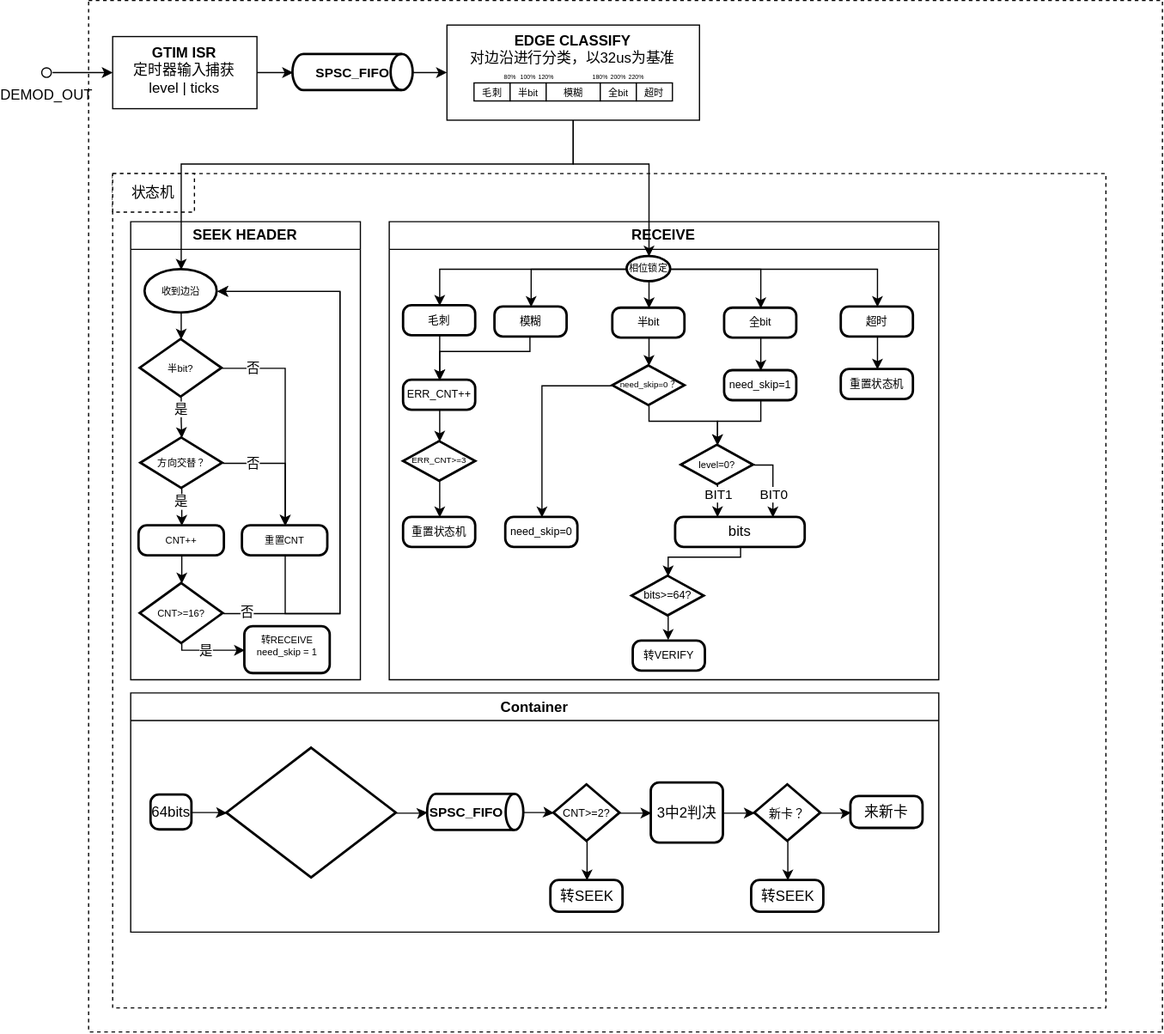
This is 资源/drawio/1785915796819.drawio.svg from Siaiai/ObsidianNote, a draw.io export, as it was before one commit. Source tidied: cells renumbered, new cells last; positions are measured from the earlier drawing's top-left corner, leaving out a move shared by most shapes.
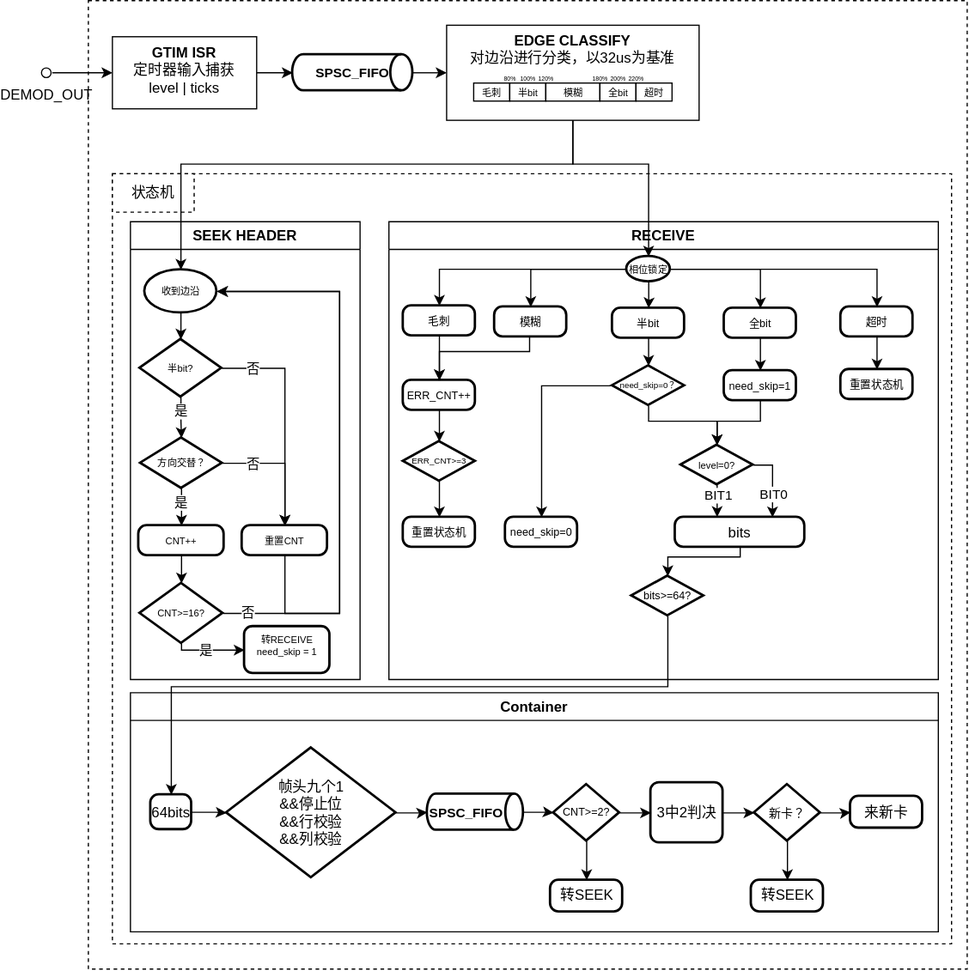
After the change.

Commit message:
[自动]笔记同步:2026-08-05 22:35:05 涉及文件个数:2

Affected files:
工作/[[SR3读卡器]]/260804SR3框架整理.md
资源/drawio/1785915796819.drawio.svg

The edit, as a diff of the source:
```diff
@@ -3,10 +3,10 @@
     <mxCell id="0" />
     <mxCell id="1" parent="0" />
     <mxCell id="2" style="rounded=0;whiteSpace=wrap;html=1;dashed=1;fillColor=none;" parent="1" vertex="1">
-      <mxGeometry x="40" width="893" height="858" as="geometry" />
+      <mxGeometry x="40" width="731" height="806" as="geometry" />
     </mxCell>
     <mxCell id="3" style="rounded=0;whiteSpace=wrap;html=1;dashed=1;fillColor=none;" parent="1" vertex="1">
-      <mxGeometry x="60" y="144" width="826" height="694" as="geometry" />
+      <mxGeometry x="60" y="144" width="698" height="641" as="geometry" />
     </mxCell>
     <mxCell id="4" style="edgeStyle=orthogonalEdgeStyle;rounded=0;jettySize=auto;html=1;" parent="1" edge="1" source="5" target="10">
       <mxGeometry relative="1" as="geometry" />
@@ -275,12 +275,6 @@
         </Array>
       </mxGeometry>
     </mxCell>
-    <mxCell id="76" value="转VERIFY" style="rounded=1;whiteSpace=wrap;html=1;absoluteArcSize=1;arcSize=14;strokeWidth=2;fontSize=9;fontFamily=Helvetica;fontColor=default;fontStyle=0;align=center;verticalAlign=middle;" parent="39" vertex="1">
-      <mxGeometry x="203" y="349" width="60" height="25" as="geometry" />
-    </mxCell>
-    <mxCell id="77" style="edgeStyle=orthogonalEdgeStyle;rounded=0;jettySize=auto;html=1;entryX=0.493;entryY=-0.048;entryDx=0;entryDy=0;entryPerimeter=0;" parent="39" edge="1" source="65" target="76">
-      <mxGeometry relative="1" as="geometry" />
-    </mxCell>
     <mxCell id="78" style="edgeStyle=orthogonalEdgeStyle;rounded=0;jettySize=auto;html=1;entryX=0.5;entryY=0;entryDx=0;entryDy=0;entryPerimeter=0;" parent="1" edge="1" source="8" target="24">
       <mxGeometry relative="1" as="geometry">
         <Array as="points">
@@ -333,7 +327,7 @@
     <mxCell id="88" value="64bits" style="rounded=1;whiteSpace=wrap;html=1;absoluteArcSize=1;arcSize=14;strokeWidth=2;" parent="87" vertex="1">
       <mxGeometry x="17" y="85" width="34" height="29" as="geometry" />
     </mxCell>
-    <mxCell id="89" style="strokeWidth=2;html=1;shape=mxgraph.flowchart.decision;whiteSpace=wrap;" parent="87" vertex="1">
+    <mxCell id="89" value="帧头九个1&lt;div&gt;&amp;amp;&amp;amp;停止位&lt;/div&gt;&lt;div&gt;&amp;amp;&amp;amp;行校验&lt;/div&gt;&lt;div&gt;&amp;amp;&amp;amp;列校验&lt;/div&gt;" style="strokeWidth=2;html=1;shape=mxgraph.flowchart.decision;whiteSpace=wrap;" parent="87" vertex="1">
       <mxGeometry x="80" y="46" width="141" height="108" as="geometry" />
     </mxCell>
     <mxCell id="90" value="&lt;font face=&quot;Helvetica&quot; style=&quot;font-size: 11px;&quot;&gt;&lt;b style=&quot;&quot;&gt;SPSC_FIFO&lt;/b&gt;&lt;/font&gt;" style="strokeWidth=2;html=1;shape=mxgraph.flowchart.direct_data;whiteSpace=wrap;align=left;" parent="87" vertex="1">
@@ -381,5 +375,13 @@
     <mxCell id="104" value="来新卡" style="rounded=1;whiteSpace=wrap;html=1;absoluteArcSize=1;arcSize=14;strokeWidth=2;fontStyle=0;" parent="87" vertex="1">
       <mxGeometry x="599" y="86.2" width="60" height="26.5" as="geometry" />
     </mxCell>
+    <mxCell id="105" style="edgeStyle=orthogonalEdgeStyle;rounded=0;jettySize=auto;html=1;entryX=0.5;entryY=0;entryDx=0;entryDy=0;" parent="1" edge="1" source="65" target="88">
+      <mxGeometry relative="1" as="geometry">
+        <Array as="points">
+          <mxPoint x="522" y="571" />
+          <mxPoint x="109" y="571" />
+        </Array>
+      </mxGeometry>
+    </mxCell>
   </root>
 </mxGraphModel>
```
